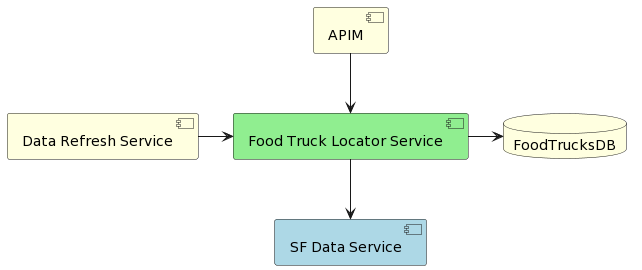
Before: docs/dependency.diagram.png, a diagram exported from PlantUML (ncksol/msft.food.truck). Its diagram source:
```plantuml
@startuml
database "FoodTrucksDB" #LightYellow
component [APIM] #LightYellow
component [Data Refresh Service] #LightYellow
component [Food Truck Locator Service] #LightGreen
component [SF Data Service] #LightBlue

[APIM]--> [Food Truck Locator Service]

[Food Truck Locator Service]--> [SF Data Service]
[Food Truck Locator Service]-> FoodTrucksDB
[Data Refresh Service]-> [Food Truck Locator Service]
@enduml
```
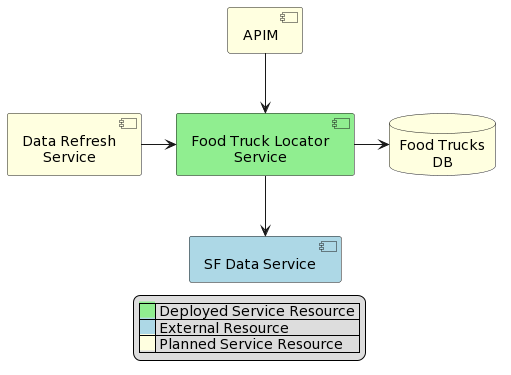
Later version of the same file.

Change to the diagram source:
```diff
@@ -1,13 +1,20 @@
 @startuml
-database "FoodTrucksDB" #LightYellow
+skinparam DefaultTextAlignment center
+
+legend
+|<back:#lightgreen>    </back>| Deployed Service Resource |
+|<back:#lightblue>    </back>| External Resource |
+|<back:#lightyellow>    </back>| Planned Service Resource |
+endlegend
+
+database "Food Trucks\nDB" as DB #LightYellow
 component [APIM] #LightYellow
-component [Data Refresh Service] #LightYellow
-component [Food Truck Locator Service] #LightGreen
-component [SF Data Service] #LightBlue
+component [Data Refresh\nService] as DRS #LightYellow
+component [Food Truck Locator\nService] as FTLS #LightGreen
+component [SF Data Service] as SFDS #LightBlue
 
-[APIM]--> [Food Truck Locator Service]
-
-[Food Truck Locator Service]--> [SF Data Service]
-[Food Truck Locator Service]-> FoodTrucksDB
-[Data Refresh Service]-> [Food Truck Locator Service]
+[APIM]--> [FTLS]
+[FTLS]--> [SFDS]
+[FTLS]-> DB
+[DRS]-> [FTLS]
 @enduml
```
